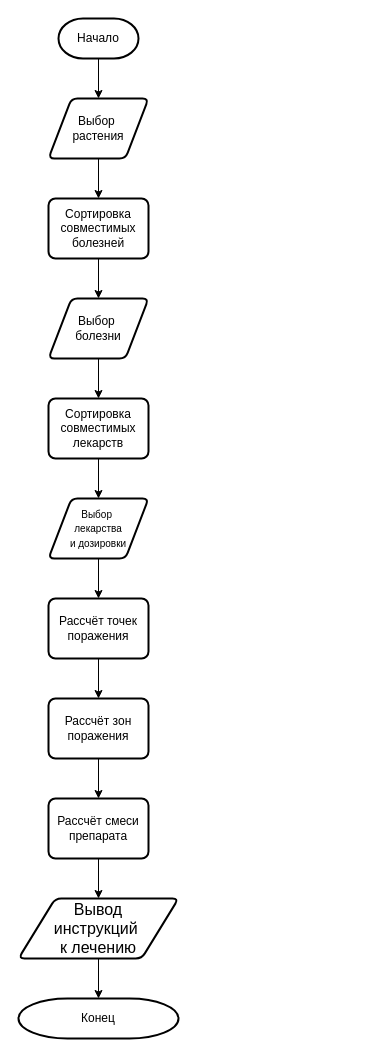
This is coursework/diagrams/Процесс рассчёта лечения растения.drawio from ThomasCharester/KursuchShop, a draw.io file, before an edit. Source tidied: cells renumbered, new cells numbered last; positions are measured from the earlier drawing's top-left corner, leaving out a move shared by most shapes. Both pictures are drawn from the tidied source at 100%, with x=0, y=0 at pixel (18, 18).
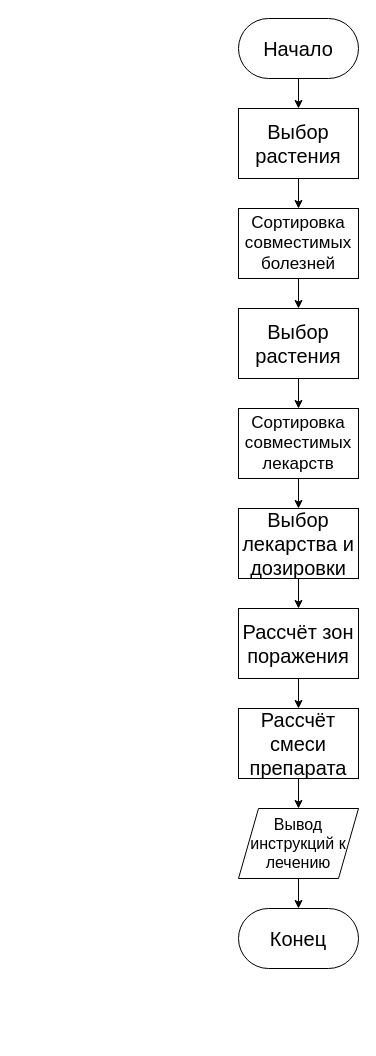
After the change.

What changed in the source:
```diff
@@
-    <mxCell id="2" style="edgeStyle=orthogonalEdgeStyle;rounded=0;jettySize=auto;html=1;" parent="1" edge="1" source="3" target="6">
-      <mxGeometry relative="1" as="geometry" />
-    </mxCell>
+    <mxCell id="23" style="edgeStyle=orthogonalEdgeStyle;rounded=0;jettySize=auto;html=1;" parent="1" edge="1" source="24" target="8">
+      <mxGeometry relative="1" as="geometry" />
+    </mxCell>
+    <mxCell id="24" value="&lt;font style=&quot;font-size: 20px;&quot;&gt;Выбор растения&lt;/font&gt;" style="rounded=0;whiteSpace=wrap;html=1;" parent="1" vertex="1">
+      <mxGeometry x="220" y="90" width="120" height="70" as="geometry" />
+    </mxCell>
+    <mxCell id="19" style="edgeStyle=orthogonalEdgeStyle;rounded=0;jettySize=auto;html=1;" parent="1" edge="1" source="22" target="4">
+      <mxGeometry relative="1" as="geometry" />
+    </mxCell>
+    <mxCell id="22" value="&lt;font style=&quot;font-size: 16px;&quot;&gt;Вывод инструкций к лечению&lt;/font&gt;" style="shape=parallelogram;perimeter=parallelogramPerimeter;whiteSpace=wrap;html=1;fixedSize=1;" parent="1" vertex="1">
+      <mxGeometry x="220" y="790" width="120" height="70" as="geometry" />
+    </mxCell>
+    <mxCell id="25" style="edgeStyle=orthogonalEdgeStyle;rounded=0;jettySize=auto;html=1;" parent="1" edge="1" source="3" target="24">
+      <mxGeometry relative="1" as="geometry" />
+    </mxCell>
-    <mxCell id="3" value="Начало" style="strokeWidth=2;html=1;shape=mxgraph.flowchart.terminator;whiteSpace=wrap;" parent="1" vertex="1">
-      <mxGeometry x="40" width="80" height="40" as="geometry" />
+    <mxCell id="3" value="&lt;font style=&quot;font-size: 20px;&quot;&gt;Начало&lt;/font&gt;" style="rounded=1;whiteSpace=wrap;html=1;arcSize=50;" parent="1" vertex="1">
+      <mxGeometry x="220" width="120" height="60" as="geometry" />
     </mxCell>
-    <mxCell id="4" value="Конец" style="strokeWidth=2;html=1;shape=mxgraph.flowchart.terminator;whiteSpace=wrap;" parent="1" vertex="1">
-      <mxGeometry y="980" width="160" height="40" as="geometry" />
-    </mxCell>
-    <mxCell id="5" style="edgeStyle=orthogonalEdgeStyle;rounded=0;jettySize=auto;html=1;" parent="1" edge="1" source="6" target="8">
-      <mxGeometry relative="1" as="geometry" />
-    </mxCell>
-    <mxCell id="6" value="Выбор&amp;nbsp;&lt;div&gt;растения&lt;/div&gt;" style="shape=parallelogram;html=1;strokeWidth=2;perimeter=parallelogramPerimeter;whiteSpace=wrap;rounded=1;arcSize=12;size=0.23;" parent="1" vertex="1">
-      <mxGeometry x="30" y="80" width="100" height="60" as="geometry" />
-    </mxCell>
-    <mxCell id="7" style="edgeStyle=orthogonalEdgeStyle;rounded=0;jettySize=auto;html=1;" parent="1" edge="1" source="8" target="10">
-      <mxGeometry relative="1" as="geometry" />
-    </mxCell>
+    <mxCell id="26" style="edgeStyle=orthogonalEdgeStyle;rounded=0;jettySize=auto;html=1;" parent="1" edge="1" source="8" target="27">
+      <mxGeometry relative="1" as="geometry" />
+    </mxCell>
-    <mxCell id="8" value="Сортировка совместимых болезней" style="rounded=1;whiteSpace=wrap;html=1;absoluteArcSize=1;arcSize=14;strokeWidth=2;" parent="1" vertex="1">
-      <mxGeometry x="30" y="180" width="100" height="60" as="geometry" />
+    <mxCell id="8" value="&lt;font style=&quot;font-size: 17px;&quot;&gt;Сортировка совместимых болезней&lt;/font&gt;" style="rounded=0;whiteSpace=wrap;html=1;" parent="1" vertex="1">
+      <mxGeometry x="220" y="190" width="120" height="70" as="geometry" />
     </mxCell>
-    <mxCell id="9" style="edgeStyle=orthogonalEdgeStyle;rounded=0;jettySize=auto;html=1;" parent="1" edge="1" source="10" target="12">
-      <mxGeometry relative="1" as="geometry" />
-    </mxCell>
-    <mxCell id="10" value="Выбор&amp;nbsp;&lt;div&gt;болезни&lt;/div&gt;" style="shape=parallelogram;html=1;strokeWidth=2;perimeter=parallelogramPerimeter;whiteSpace=wrap;rounded=1;arcSize=12;size=0.23;" parent="1" vertex="1">
-      <mxGeometry x="30" y="280" width="100" height="60" as="geometry" />
-    </mxCell>
+    <mxCell id="27" value="&lt;font style=&quot;font-size: 20px;&quot;&gt;Выбор растения&lt;/font&gt;" style="rounded=0;whiteSpace=wrap;html=1;" parent="1" vertex="1">
+      <mxGeometry x="220" y="290" width="120" height="70" as="geometry" />
+    </mxCell>
+    <mxCell id="28" style="edgeStyle=orthogonalEdgeStyle;rounded=0;jettySize=auto;html=1;" parent="1" edge="1" source="27" target="12">
+      <mxGeometry relative="1" as="geometry" />
+    </mxCell>
@@
-    <mxCell id="12" value="Сортировка совместимых лекарств" style="rounded=1;whiteSpace=wrap;html=1;absoluteArcSize=1;arcSize=14;strokeWidth=2;" parent="1" vertex="1">
-      <mxGeometry x="30" y="380" width="100" height="60" as="geometry" />
+    <mxCell id="12" value="&lt;font style=&quot;font-size: 17px;&quot;&gt;Сортировка совместимых лекарств&lt;/font&gt;" style="rounded=0;whiteSpace=wrap;html=1;" parent="1" vertex="1">
+      <mxGeometry x="220" y="390" width="120" height="70" as="geometry" />
     </mxCell>
-    <mxCell id="13" style="edgeStyle=orthogonalEdgeStyle;rounded=0;jettySize=auto;html=1;" parent="1" edge="1" source="14" target="16">
-      <mxGeometry relative="1" as="geometry" />
-    </mxCell>
+    <mxCell id="29" style="edgeStyle=orthogonalEdgeStyle;rounded=0;jettySize=auto;html=1;" parent="1" edge="1" source="14" target="18">
+      <mxGeometry relative="1" as="geometry" />
+    </mxCell>
-    <mxCell id="14" value="&lt;font style=&quot;font-size: 10px;&quot;&gt;Выбор&amp;nbsp;&lt;/font&gt;&lt;div&gt;&lt;font style=&quot;font-size: 10px;&quot;&gt;лекарства&lt;/font&gt;&lt;/div&gt;&lt;div&gt;&lt;font style=&quot;font-size: 10px;&quot;&gt;и дозировки&lt;/font&gt;&lt;/div&gt;" style="shape=parallelogram;html=1;strokeWidth=2;perimeter=parallelogramPerimeter;whiteSpace=wrap;rounded=1;arcSize=12;size=0.23;" parent="1" vertex="1">
-      <mxGeometry x="30" y="480" width="100" height="60" as="geometry" />
+    <mxCell id="14" value="&lt;font style=&quot;font-size: 20px;&quot;&gt;Выбор лекарства и дозировки&lt;/font&gt;" style="rounded=0;whiteSpace=wrap;html=1;" parent="1" vertex="1">
+      <mxGeometry x="220" y="490" width="120" height="70" as="geometry" />
     </mxCell>
-    <mxCell id="15" style="edgeStyle=orthogonalEdgeStyle;rounded=0;jettySize=auto;html=1;" parent="1" edge="1" source="16" target="18">
-      <mxGeometry relative="1" as="geometry" />
-    </mxCell>
-    <mxCell id="16" value="Рассчёт точек поражения" style="rounded=1;whiteSpace=wrap;html=1;absoluteArcSize=1;arcSize=14;strokeWidth=2;" parent="1" vertex="1">
-      <mxGeometry x="30" y="580" width="100" height="60" as="geometry" />
-    </mxCell>
@@
-    <mxCell id="18" value="Рассчёт зон поражения" style="rounded=1;whiteSpace=wrap;html=1;absoluteArcSize=1;arcSize=14;strokeWidth=2;" parent="1" vertex="1">
-      <mxGeometry x="30" y="680" width="100" height="60" as="geometry" />
+    <mxCell id="18" value="&lt;font style=&quot;font-size: 20px;&quot;&gt;Рассчёт зон поражения&lt;/font&gt;" style="rounded=0;whiteSpace=wrap;html=1;" parent="1" vertex="1">
+      <mxGeometry x="220" y="590" width="120" height="70" as="geometry" />
     </mxCell>
-    <mxCell id="19" style="edgeStyle=orthogonalEdgeStyle;rounded=0;jettySize=auto;html=1;" parent="1" edge="1" source="22" target="4">
-      <mxGeometry relative="1" as="geometry" />
-    </mxCell>
+    <mxCell id="21" style="edgeStyle=orthogonalEdgeStyle;rounded=0;jettySize=auto;html=1;" parent="1" edge="1" source="20" target="22">
+      <mxGeometry relative="1" as="geometry" />
+    </mxCell>
-    <mxCell id="20" value="Рассчёт смеси препарата" style="rounded=1;whiteSpace=wrap;html=1;absoluteArcSize=1;arcSize=14;strokeWidth=2;" parent="1" vertex="1">
-      <mxGeometry x="30" y="780" width="100" height="60" as="geometry" />
+    <mxCell id="20" value="&lt;font style=&quot;font-size: 20px;&quot;&gt;Рассчёт смеси препарата&lt;/font&gt;" style="rounded=0;whiteSpace=wrap;html=1;" parent="1" vertex="1">
+      <mxGeometry x="220" y="690" width="120" height="70" as="geometry" />
     </mxCell>
-    <mxCell id="21" style="edgeStyle=orthogonalEdgeStyle;rounded=0;jettySize=auto;html=1;" parent="1" edge="1" source="20" target="22">
-      <mxGeometry relative="1" as="geometry" />
-    </mxCell>
-    <mxCell id="22" value="&lt;font style=&quot;font-size: 16px;&quot;&gt;Вывод&lt;/font&gt;&lt;div&gt;&lt;font style=&quot;font-size: 16px;&quot;&gt;инструкций&amp;nbsp;&lt;/font&gt;&lt;/div&gt;&lt;div&gt;&lt;font style=&quot;font-size: 16px;&quot;&gt;к лечению&lt;/font&gt;&lt;/div&gt;" style="shape=parallelogram;html=1;strokeWidth=2;perimeter=parallelogramPerimeter;whiteSpace=wrap;rounded=1;arcSize=12;size=0.23;" parent="1" vertex="1">
-      <mxGeometry y="880" width="160" height="60" as="geometry" />
-    </mxCell>
+    <mxCell id="4" value="&lt;font style=&quot;font-size: 20px;&quot;&gt;Конец&lt;/font&gt;" style="rounded=1;whiteSpace=wrap;html=1;arcSize=50;" parent="1" vertex="1">
+      <mxGeometry x="220" y="890" width="120" height="60" as="geometry" />
+    </mxCell>
```
